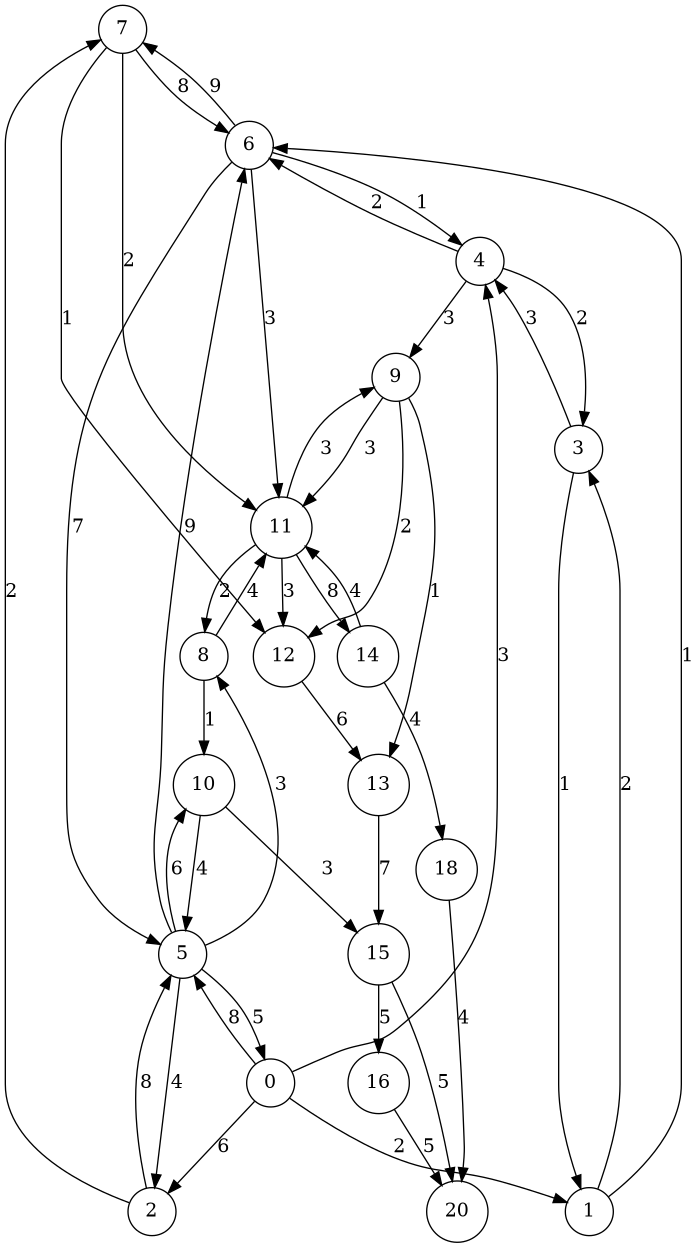
Above: figures/grapha.png in kaygun/ford-fulkerson (Graphviz), before the change. Its source is kept beside it as figures/grapha.dot.
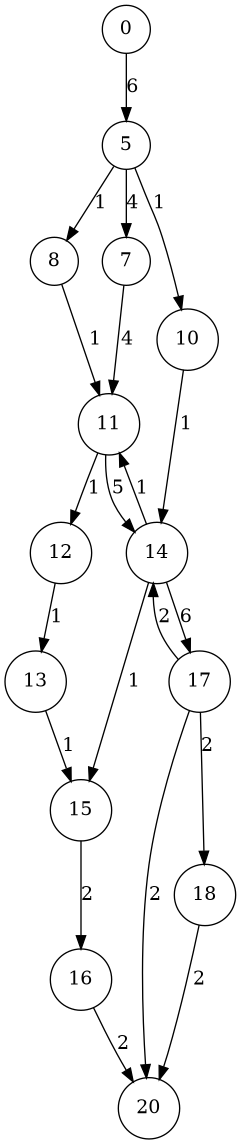
After the change.

Change to the diagram source:
```diff
@@ -1,47 +1,23 @@
 digraph G {
 node[shape=circle];
-"7" -> "6" [label=8];
-"8" -> "11" [label=4];
-"7" -> "12" [label=1];
-"10" -> "5" [label=4];
-"13" -> "15" [label=7];
-"11" -> "9" [label=3];
-"4" -> "3" [label=2];
-"7" -> "11" [label=2];
-"10" -> "15" [label=3];
-"2" -> "5" [label=8];
-"15" -> "16" [label=5];
-"6" -> "7" [label=9];
-"12" -> "13" [label=6];
-"5" -> "10" [label=6];
-"0" -> "5" [label=8];
-"3" -> "4" [label=3];
-"11" -> "14" [label=8];
-"8" -> "10" [label=1];
-"9" -> "12" [label=2];
-"4" -> "9" [label=3];
-"6" -> "5" [label=7];
-"15" -> "20" [label=5];
-"5" -> "2" [label=4];
-"4" -> "6" [label=2];
-"11" -> "8" [label=2];
-"11" -> "12" [label=3];
-"1" -> "3" [label=2];
-"6" -> "4" [label=1];
-"5" -> "6" [label=9];
-"5" -> "8" [label=3];
-"14" -> "11" [label=4];
-"9" -> "11" [label=3];
-"6" -> "11" [label=3];
-"2" -> "7" [label=2];
-"0" -> "2" [label=6];
-"0" -> "4" [label=3];
-"14" -> "18" [label=4];
-"9" -> "13" [label=1];
-"3" -> "1" [label=1];
-"1" -> "6" [label=1];
-"16" -> "20" [label=5];
-"5" -> "0" [label=5];
-"18" -> "20" [label=4];
-"0" -> "1" [label=2];
+"8" -> "11" [label=1];
+"10" -> "14" [label=1];
+"13" -> "15" [label=1];
+"7" -> "11" [label=4];
+"14" -> "17" [label=6];
+"15" -> "16" [label=2];
+"12" -> "13" [label=1];
+"5" -> "10" [label=1];
+"0" -> "5" [label=6];
+"17" -> "18" [label=2];
+"11" -> "14" [label=5];
+"14" -> "15" [label=1];
+"5" -> "7" [label=4];
+"11" -> "12" [label=1];
+"5" -> "8" [label=1];
+"14" -> "11" [label=1];
+"17" -> "14" [label=2];
+"16" -> "20" [label=2];
+"18" -> "20" [label=2];
+"17" -> "20" [label=2];
 }
```
